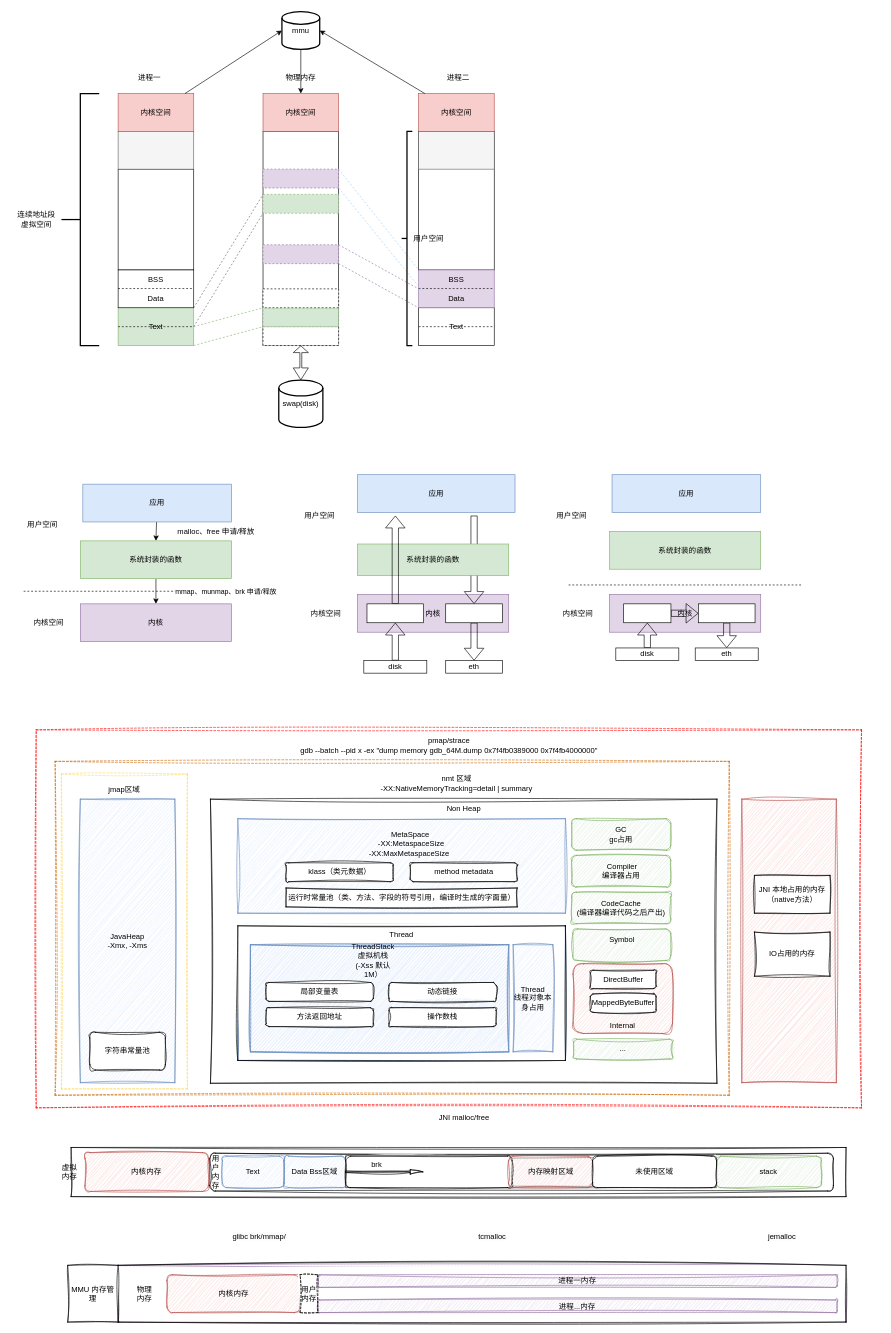
Above: java/linux内存管理.drawio in zhangwz-lib/drawio-image (draw.io), before the change. Source tidied: cells renumbered, new cells numbered last; positions are measured from the earlier drawing's top-left corner, leaving out a move shared by most shapes. Both pictures are drawn from the tidied source at 63%, with x=0, y=0 at pixel (11, 11).
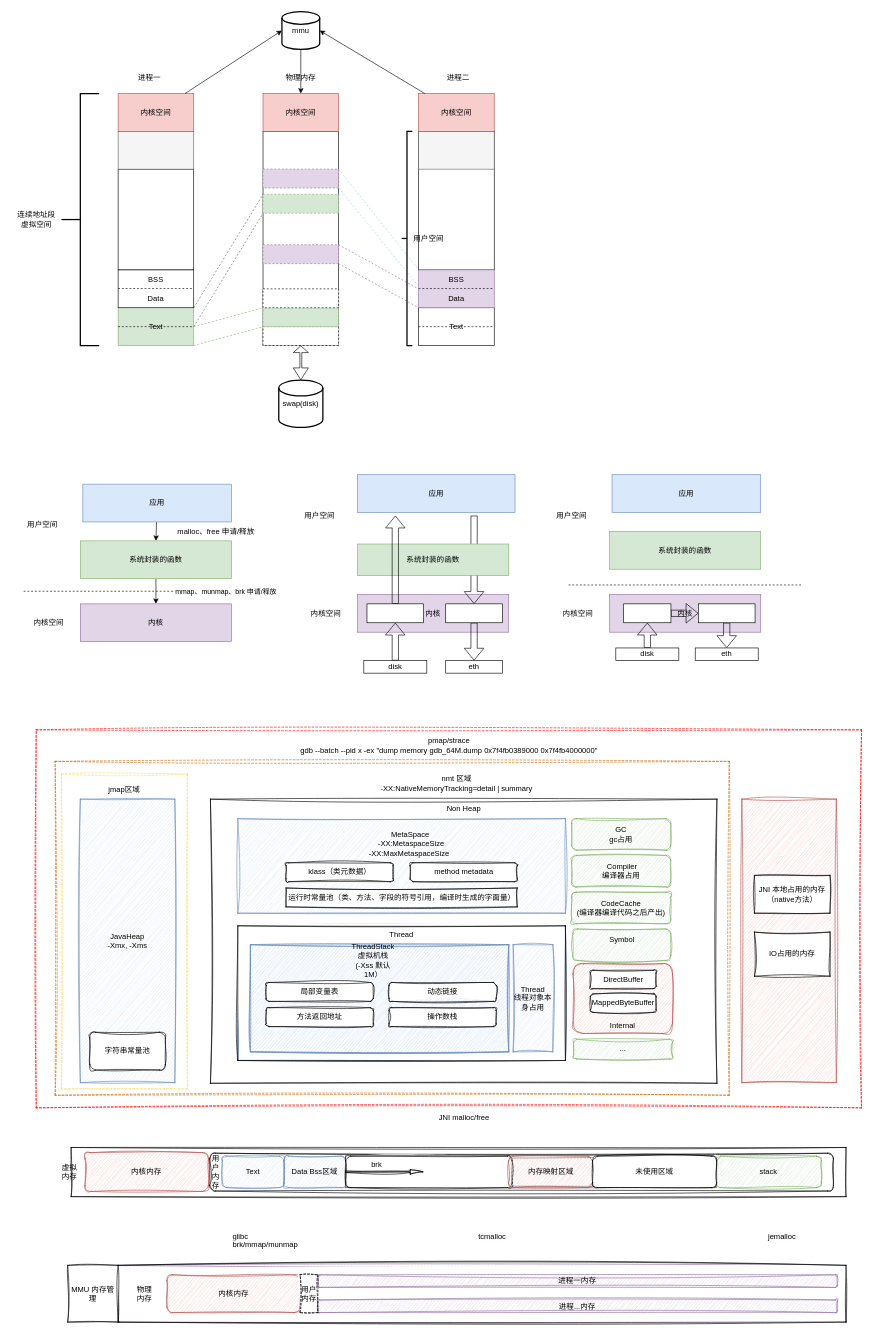
After the change.

Commit message:
更新linux内存管理.drawio

The change refers to these unchanged cells:
```xml
<mxCell id="129" style="group;rounded=1;sketch=1;curveFitting=1;jiggle=2;" parent="121" vertex="1">
  <mxGeometry x="56.1" y="100" width="1209.3" height="40" as="geometry" />
</mxCell>
```

Diff of the diagram source:
```diff
@@
-    <mxCell id="130" value="&lt;span style=&quot;color: rgb(0, 0, 0); font-family: Helvetica; font-size: 12px; font-style: normal; font-variant-ligatures: normal; font-variant-caps: normal; font-weight: 400; letter-spacing: normal; orphans: 2; text-align: center; text-indent: 0px; text-transform: none; widows: 2; word-spacing: 0px; -webkit-text-stroke-width: 0px; white-space: normal; background-color: rgb(251, 251, 251); text-decoration-thickness: initial; text-decoration-style: initial; text-decoration-color: initial; float: none; display: inline !important;&quot;&gt;glibc brk/mmap/&lt;/span&gt;" style="text;whiteSpace=wrap;html=1;sketch=1;curveFitting=1;jiggle=2;" parent="129" vertex="1">
+    <mxCell id="130" value="&lt;span style=&quot;color: rgb(0, 0, 0); font-family: Helvetica; font-size: 12px; font-style: normal; font-variant-ligatures: normal; font-variant-caps: normal; font-weight: 400; letter-spacing: normal; orphans: 2; text-align: center; text-indent: 0px; text-transform: none; widows: 2; word-spacing: 0px; -webkit-text-stroke-width: 0px; white-space: normal; background-color: rgb(251, 251, 251); text-decoration-thickness: initial; text-decoration-style: initial; text-decoration-color: initial; float: none; display: inline !important;&quot;&gt;glibc brk/mmap/munmap&lt;/span&gt;" style="text;whiteSpace=wrap;html=1;sketch=1;curveFitting=1;jiggle=2;" parent="129" vertex="1">
       <mxGeometry x="193.9" width="106.1" height="40" as="geometry" />
     </mxCell>
```
